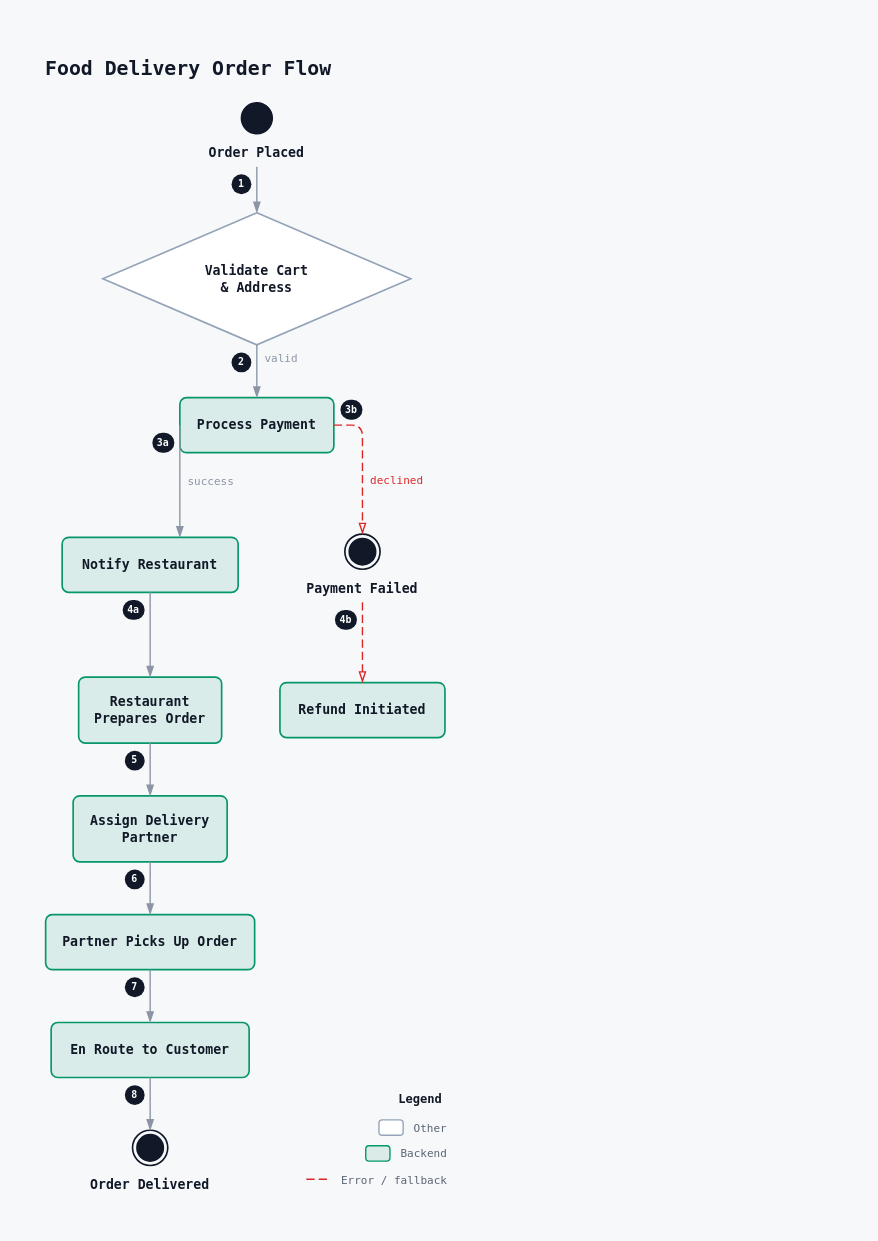
rg12301/rdg keeps this draw.io diagram as examples/swiggy_order_flow/swiggy_order_flow.drawio. Above is the earlier version. Source tidied: cells renumbered, new cells numbered last; positions are measured from the earlier drawing's top-left corner, leaving out a move shared by most shapes. Both pictures are drawn from the tidied source at 110%, with x=0, y=0 at pixel (19, 19).
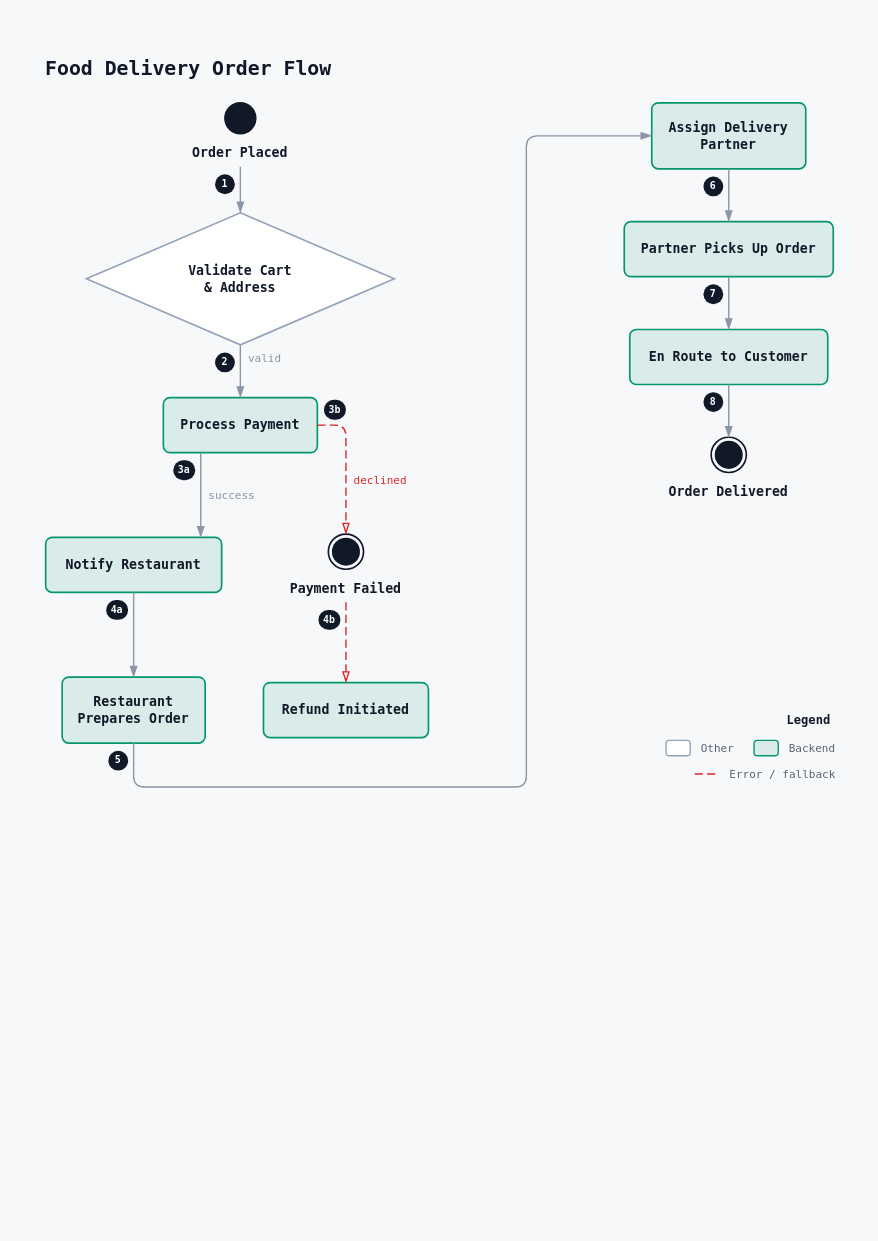
Above is the later version.

Diff of the diagram source:
```diff
@@
     <mxCell id="2" style="rounded=0;fillColor=none;strokeColor=none;selectable=0;" parent="1" vertex="1">
-      <mxGeometry width="411" height="1094" as="geometry" />
+      <mxGeometry width="764" height="726" as="geometry" />
     </mxCell>
@@
     <mxCell id="4" value="&lt;b&gt;Order Placed&lt;/b&gt;" style="rounded=0;html=1;whiteSpace=wrap;fillColor=none;fillOpacity=100;strokeColor=none;strokeWidth=1.5;shadow=0;fontFamily=JetBrains Mono, ui-monospace, SFMono-Regular, Menlo, Consolas, monospace;fontSize=12;fontColor=#111827;fontStyle=0;align=center;verticalAlign=top;spacingTop=32;spacingBottom=0;spacingLeft=0;spacingRight=0;" parent="1" vertex="1">
-      <mxGeometry x="164" y="76" width="104" height="52" as="geometry" />
+      <mxGeometry x="149" y="76" width="104" height="52" as="geometry" />
     </mxCell>
@@
     <mxCell id="6" value="&lt;b&gt;Validate Cart&lt;/b&gt;&lt;br/&gt;&lt;b&gt;&amp; Address&lt;/b&gt;" style="rhombus;html=1;whiteSpace=wrap;fillColor=#ffffff;fillOpacity=100;strokeColor=#94a3b8;strokeWidth=1.5;shadow=0;fontFamily=JetBrains Mono, ui-monospace, SFMono-Regular, Menlo, Consolas, monospace;fontSize=12;fontColor=#111827;fontStyle=0;align=center;verticalAlign=middle;spacingLeft=12;spacingRight=12;" parent="1" vertex="1">
-      <mxGeometry x="76" y="176" width="280" height="120" as="geometry" />
+      <mxGeometry x="61" y="176" width="280" height="120" as="geometry" />
     </mxCell>
     <mxCell id="7" value="&lt;b&gt;Process Payment&lt;/b&gt;" style="rounded=1;absoluteArcSize=1;arcSize=12;html=1;whiteSpace=wrap;fillColor=#059669;fillOpacity=12;strokeColor=#059669;strokeWidth=1.5;shadow=0;fontFamily=JetBrains Mono, ui-monospace, SFMono-Regular, Menlo, Consolas, monospace;fontSize=12;fontColor=#111827;fontStyle=0;align=center;verticalAlign=middle;spacingTop=4;spacingBottom=4;spacingLeft=8;spacingRight=8;" parent="1" vertex="1">
-      <mxGeometry x="146" y="344" width="140" height="50" as="geometry" />
+      <mxGeometry x="131" y="344" width="140" height="50" as="geometry" />
     </mxCell>
     <mxCell id="8" value="&lt;b&gt;Notify Restaurant&lt;/b&gt;" style="rounded=1;absoluteArcSize=1;arcSize=12;html=1;whiteSpace=wrap;fillColor=#059669;fillOpacity=12;strokeColor=#059669;strokeWidth=1.5;shadow=0;fontFamily=JetBrains Mono, ui-monospace, SFMono-Regular, Menlo, Consolas, monospace;fontSize=12;fontColor=#111827;fontStyle=0;align=center;verticalAlign=middle;spacingTop=4;spacingBottom=4;spacingLeft=8;spacingRight=8;" parent="1" vertex="1">
-      <mxGeometry x="39" y="471" width="160" height="50" as="geometry" />
+      <mxGeometry x="24" y="471" width="160" height="50" as="geometry" />
     </mxCell>
     <mxCell id="9" value="&lt;b&gt;Restaurant&lt;/b&gt;&lt;br/&gt;&lt;b&gt;Prepares Order&lt;/b&gt;" style="rounded=1;absoluteArcSize=1;arcSize=12;html=1;whiteSpace=wrap;fillColor=#059669;fillOpacity=12;strokeColor=#059669;strokeWidth=1.5;shadow=0;fontFamily=JetBrains Mono, ui-monospace, SFMono-Regular, Menlo, Consolas, monospace;fontSize=12;fontColor=#111827;fontStyle=0;align=center;verticalAlign=middle;spacingTop=4;spacingBottom=4;spacingLeft=8;spacingRight=8;" parent="1" vertex="1">
-      <mxGeometry x="54" y="598" width="130" height="60" as="geometry" />
+      <mxGeometry x="39" y="598" width="130" height="60" as="geometry" />
     </mxCell>
     <mxCell id="10" value="&lt;b&gt;Assign Delivery&lt;/b&gt;&lt;br/&gt;&lt;b&gt;Partner&lt;/b&gt;" style="rounded=1;absoluteArcSize=1;arcSize=12;html=1;whiteSpace=wrap;fillColor=#059669;fillOpacity=12;strokeColor=#059669;strokeWidth=1.5;shadow=0;fontFamily=JetBrains Mono, ui-monospace, SFMono-Regular, Menlo, Consolas, monospace;fontSize=12;fontColor=#111827;fontStyle=0;align=center;verticalAlign=middle;spacingTop=4;spacingBottom=4;spacingLeft=8;spacingRight=8;" parent="1" vertex="1">
-      <mxGeometry x="49" y="706" width="140" height="60" as="geometry" />
+      <mxGeometry x="575" y="76" width="140" height="60" as="geometry" />
     </mxCell>
     <mxCell id="11" value="&lt;b&gt;Partner Picks Up Order&lt;/b&gt;" style="rounded=1;absoluteArcSize=1;arcSize=12;html=1;whiteSpace=wrap;fillColor=#059669;fillOpacity=12;strokeColor=#059669;strokeWidth=1.5;shadow=0;fontFamily=JetBrains Mono, ui-monospace, SFMono-Regular, Menlo, Consolas, monospace;fontSize=12;fontColor=#111827;fontStyle=0;align=center;verticalAlign=middle;spacingTop=4;spacingBottom=4;spacingLeft=8;spacingRight=8;" parent="1" vertex="1">
-      <mxGeometry x="24" y="814" width="190" height="50" as="geometry" />
+      <mxGeometry x="550" y="184" width="190" height="50" as="geometry" />
     </mxCell>
     <mxCell id="12" value="&lt;b&gt;En Route to Customer&lt;/b&gt;" style="rounded=1;absoluteArcSize=1;arcSize=12;html=1;whiteSpace=wrap;fillColor=#059669;fillOpacity=12;strokeColor=#059669;strokeWidth=1.5;shadow=0;fontFamily=JetBrains Mono, ui-monospace, SFMono-Regular, Menlo, Consolas, monospace;fontSize=12;fontColor=#111827;fontStyle=0;align=center;verticalAlign=middle;spacingTop=4;spacingBottom=4;spacingLeft=8;spacingRight=8;" parent="1" vertex="1">
-      <mxGeometry x="29" y="912" width="180" height="50" as="geometry" />
+      <mxGeometry x="555" y="282" width="180" height="50" as="geometry" />
     </mxCell>
     <mxCell id="13" value="&lt;b&gt;Order Delivered&lt;/b&gt;" style="rounded=0;html=1;whiteSpace=wrap;fillColor=none;fillOpacity=100;strokeColor=none;strokeWidth=1.5;shadow=0;fontFamily=JetBrains Mono, ui-monospace, SFMono-Regular, Menlo, Consolas, monospace;fontSize=12;fontColor=#111827;fontStyle=0;align=center;verticalAlign=top;spacingTop=36;spacingBottom=0;spacingLeft=0;spacingRight=0;" parent="1" vertex="1">
-      <mxGeometry x="57" y="1010" width="124" height="56" as="geometry" />
+      <mxGeometry x="583" y="380" width="124" height="56" as="geometry" />
     </mxCell>
@@
     <mxCell id="15" value="&lt;b&gt;Payment Failed&lt;/b&gt;" style="rounded=0;html=1;whiteSpace=wrap;fillColor=none;fillOpacity=100;strokeColor=none;strokeWidth=1.5;shadow=0;fontFamily=JetBrains Mono, ui-monospace, SFMono-Regular, Menlo, Consolas, monospace;fontSize=12;fontColor=#111827;fontStyle=0;align=center;verticalAlign=top;spacingTop=36;spacingBottom=0;spacingLeft=0;spacingRight=0;" parent="1" vertex="1">
-      <mxGeometry x="252" y="468" width="120" height="56" as="geometry" />
+      <mxGeometry x="237" y="468" width="120" height="56" as="geometry" />
     </mxCell>
@@
     <mxCell id="17" value="&lt;b&gt;Refund Initiated&lt;/b&gt;" style="rounded=1;absoluteArcSize=1;arcSize=12;html=1;whiteSpace=wrap;fillColor=#059669;fillOpacity=12;strokeColor=#059669;strokeWidth=1.5;shadow=0;fontFamily=JetBrains Mono, ui-monospace, SFMono-Regular, Menlo, Consolas, monospace;fontSize=12;fontColor=#111827;fontStyle=0;align=center;verticalAlign=middle;spacingTop=4;spacingBottom=4;spacingLeft=8;spacingRight=8;" parent="1" vertex="1">
-      <mxGeometry x="237" y="603" width="150" height="50" as="geometry" />
+      <mxGeometry x="222" y="603" width="150" height="50" as="geometry" />
     </mxCell>
     <mxCell id="18" value="1" style="rounded=1;arcSize=50;whiteSpace=wrap;html=1;fillColor=#111827;strokeColor=none;fontColor=#ffffff;fontSize=9;fontStyle=1;fontFamily=JetBrains Mono, ui-monospace, SFMono-Regular, Menlo, Consolas, monospace;spacing=0;" parent="1" vertex="1">
-      <mxGeometry x="193" y="141" width="18" height="18" as="geometry" />
+      <mxGeometry x="178" y="141" width="18" height="18" as="geometry" />
     </mxCell>
@@
     <mxCell id="20" value="2" style="rounded=1;arcSize=50;whiteSpace=wrap;html=1;fillColor=#111827;strokeColor=none;fontColor=#ffffff;fontSize=9;fontStyle=1;fontFamily=JetBrains Mono, ui-monospace, SFMono-Regular, Menlo, Consolas, monospace;spacing=0;" parent="1" vertex="1">
-      <mxGeometry x="193" y="303" width="18" height="18" as="geometry" />
+      <mxGeometry x="178" y="303" width="18" height="18" as="geometry" />
     </mxCell>
@@
     <mxCell id="22" value="3a" style="rounded=1;arcSize=50;whiteSpace=wrap;html=1;fillColor=#111827;strokeColor=none;fontColor=#ffffff;fontSize=9;fontStyle=1;fontFamily=JetBrains Mono, ui-monospace, SFMono-Regular, Menlo, Consolas, monospace;spacing=0;" parent="1" vertex="1">
-      <mxGeometry x="121" y="376" width="20" height="18" as="geometry" />
+      <mxGeometry x="140" y="401" width="20" height="18" as="geometry" />
     </mxCell>
-    <mxCell id="23" value="success" style="exitX=0.00000;exitY=0.50000;exitDx=0;exitDy=0;exitPerimeter=0;entryX=0.66875;entryY=0.00000;entryDx=0;entryDy=0;entryPerimeter=0;edgeStyle=none;html=1;rounded=1;jumpStyle=arc;jumpSize=6;strokeColor=#8b95a5;strokeWidth=1.25;dashed=0;endArrow=blockThin;endFill=1;endSize=7;startArrow=none;labelBackgroundColor=#f7f8fa;labelBorderColor=none;fontFamily=JetBrains Mono, ui-monospace, SFMono-Regular, Menlo, Consolas, monospace;fontSize=10;fontColor=#8b95a5;" parent="1" edge="1" source="7" target="8">
+    <mxCell id="23" value="success" style="exitX=0.24286;exitY=1.00000;exitDx=0;exitDy=0;exitPerimeter=0;entryX=0.88125;entryY=0.00000;entryDx=0;entryDy=0;entryPerimeter=0;edgeStyle=none;html=1;rounded=1;jumpStyle=arc;jumpSize=6;strokeColor=#8b95a5;strokeWidth=1.25;dashed=0;endArrow=blockThin;endFill=1;endSize=7;startArrow=none;labelBackgroundColor=#f7f8fa;labelBorderColor=none;fontFamily=JetBrains Mono, ui-monospace, SFMono-Regular, Menlo, Consolas, monospace;fontSize=10;fontColor=#8b95a5;" parent="1" edge="1" source="7" target="8">
       <mxGeometry y="28" relative="1" as="geometry" />
     </mxCell>
     <mxCell id="24" value="3b" style="rounded=1;arcSize=50;whiteSpace=wrap;html=1;fillColor=#111827;strokeColor=none;fontColor=#ffffff;fontSize=9;fontStyle=1;fontFamily=JetBrains Mono, ui-monospace, SFMono-Regular, Menlo, Consolas, monospace;spacing=0;" parent="1" vertex="1">
-      <mxGeometry x="292" y="346" width="20" height="18" as="geometry" />
+      <mxGeometry x="277" y="346" width="20" height="18" as="geometry" />
     </mxCell>
     <mxCell id="25" value="declined" style="exitX=1.00000;exitY=0.50000;exitDx=0;exitDy=0;exitPerimeter=0;entryX=0.50000;entryY=0.00000;entryDx=0;entryDy=0;entryPerimeter=0;edgeStyle=none;html=1;rounded=1;jumpStyle=arc;jumpSize=6;strokeColor=#dc2626;strokeWidth=1.25;dashed=1;dashPattern=6 3;endArrow=blockThin;endFill=0;endSize=7;startArrow=none;labelBackgroundColor=#f7f8fa;labelBorderColor=none;fontFamily=JetBrains Mono, ui-monospace, SFMono-Regular, Menlo, Consolas, monospace;fontSize=10;fontColor=#dc2626;" parent="1" edge="1" source="7" target="15">
       <mxGeometry x="0.21" y="31" relative="1" as="geometry">
         <Array as="points">
-          <mxPoint x="312" y="369" />
+          <mxPoint x="297" y="369" />
         </Array>
       </mxGeometry>
     </mxCell>
     <mxCell id="26" value="4b" style="rounded=1;arcSize=50;whiteSpace=wrap;html=1;fillColor=#111827;strokeColor=none;fontColor=#ffffff;fontSize=9;fontStyle=1;fontFamily=JetBrains Mono, ui-monospace, SFMono-Regular, Menlo, Consolas, monospace;spacing=0;" parent="1" vertex="1">
-      <mxGeometry x="287" y="537" width="20" height="18" as="geometry" />
+      <mxGeometry x="272" y="537" width="20" height="18" as="geometry" />
     </mxCell>
@@
     <mxCell id="28" value="4a" style="rounded=1;arcSize=50;whiteSpace=wrap;html=1;fillColor=#111827;strokeColor=none;fontColor=#ffffff;fontSize=9;fontStyle=1;fontFamily=JetBrains Mono, ui-monospace, SFMono-Regular, Menlo, Consolas, monospace;spacing=0;" parent="1" vertex="1">
-      <mxGeometry x="94" y="528" width="20" height="18" as="geometry" />
+      <mxGeometry x="79" y="528" width="20" height="18" as="geometry" />
     </mxCell>
@@
     <mxCell id="30" value="5" style="rounded=1;arcSize=50;whiteSpace=wrap;html=1;fillColor=#111827;strokeColor=none;fontColor=#ffffff;fontSize=9;fontStyle=1;fontFamily=JetBrains Mono, ui-monospace, SFMono-Regular, Menlo, Consolas, monospace;spacing=0;" parent="1" vertex="1">
-      <mxGeometry x="96" y="665" width="18" height="18" as="geometry" />
+      <mxGeometry x="81" y="665" width="18" height="18" as="geometry" />
     </mxCell>
-    <mxCell id="31" style="exitX=0.50000;exitY=1.00000;exitDx=0;exitDy=0;exitPerimeter=0;entryX=0.50000;entryY=0.00000;entryDx=0;entryDy=0;entryPerimeter=0;edgeStyle=none;html=1;rounded=1;jumpStyle=arc;jumpSize=6;strokeColor=#8b95a5;strokeWidth=1.25;dashed=0;endArrow=blockThin;endFill=1;endSize=7;startArrow=none;labelBackgroundColor=#f7f8fa;labelBorderColor=none;fontFamily=JetBrains Mono, ui-monospace, SFMono-Regular, Menlo, Consolas, monospace;fontSize=10;fontColor=#8b95a5;" parent="1" edge="1" source="9" target="10">
-      <mxGeometry relative="1" as="geometry" />
+    <mxCell id="31" style="exitX=0.50000;exitY=1.00000;exitDx=0;exitDy=0;exitPerimeter=0;entryX=0.00000;entryY=0.50000;entryDx=0;entryDy=0;entryPerimeter=0;edgeStyle=none;html=1;rounded=1;jumpStyle=arc;jumpSize=6;strokeColor=#8b95a5;strokeWidth=1.25;dashed=0;endArrow=blockThin;endFill=1;endSize=7;startArrow=none;labelBackgroundColor=#f7f8fa;labelBorderColor=none;fontFamily=JetBrains Mono, ui-monospace, SFMono-Regular, Menlo, Consolas, monospace;fontSize=10;fontColor=#8b95a5;" parent="1" edge="1" source="9" target="10">
+      <mxGeometry relative="1" as="geometry">
+        <Array as="points">
+          <mxPoint x="104" y="698" />
+          <mxPoint x="461" y="698" />
+          <mxPoint x="461" y="106" />
+        </Array>
+      </mxGeometry>
     </mxCell>
     <mxCell id="32" value="6" style="rounded=1;arcSize=50;whiteSpace=wrap;html=1;fillColor=#111827;strokeColor=none;fontColor=#ffffff;fontSize=9;fontStyle=1;fontFamily=JetBrains Mono, ui-monospace, SFMono-Regular, Menlo, Consolas, monospace;spacing=0;" parent="1" vertex="1">
-      <mxGeometry x="96" y="773" width="18" height="18" as="geometry" />
+      <mxGeometry x="622" y="143" width="18" height="18" as="geometry" />
     </mxCell>
@@
     <mxCell id="34" value="7" style="rounded=1;arcSize=50;whiteSpace=wrap;html=1;fillColor=#111827;strokeColor=none;fontColor=#ffffff;fontSize=9;fontStyle=1;fontFamily=JetBrains Mono, ui-monospace, SFMono-Regular, Menlo, Consolas, monospace;spacing=0;" parent="1" vertex="1">
-      <mxGeometry x="96" y="871" width="18" height="18" as="geometry" />
+      <mxGeometry x="622" y="241" width="18" height="18" as="geometry" />
     </mxCell>
@@
     <mxCell id="36" value="8" style="rounded=1;arcSize=50;whiteSpace=wrap;html=1;fillColor=#111827;strokeColor=none;fontColor=#ffffff;fontSize=9;fontStyle=1;fontFamily=JetBrains Mono, ui-monospace, SFMono-Regular, Menlo, Consolas, monospace;spacing=0;" parent="1" vertex="1">
-      <mxGeometry x="96" y="969" width="18" height="18" as="geometry" />
+      <mxGeometry x="622" y="339" width="18" height="18" as="geometry" />
     </mxCell>
@@
     <mxCell id="38" value="Legend" style="text;html=1;strokeColor=none;fillColor=none;align=left;verticalAlign=middle;whiteSpace=nowrap;fontFamily=JetBrains Mono, ui-monospace, SFMono-Regular, Menlo, Consolas, monospace;fontSize=11;fontColor=#111827;fontStyle=1;" parent="1" vertex="1">
-      <mxGeometry x="343.4" y="975" width="43.6" height="14.9" as="geometry" />
+      <mxGeometry x="696.4" y="630" width="43.6" height="14.9" as="geometry" />
     </mxCell>
     <mxCell id="39" style="rounded=1;absoluteArcSize=1;arcSize=6;fillColor=#ffffff;fillOpacity=100;strokeColor=#94a3b8;strokeWidth=1.25;" parent="1" vertex="1">
-      <mxGeometry x="327" y="1000.6" width="22" height="14" as="geometry" />
+      <mxGeometry x="588" y="655.6" width="22" height="14" as="geometry" />
     </mxCell>
     <mxCell id="40" value="Other" style="text;html=1;strokeColor=none;fillColor=none;align=left;verticalAlign=middle;whiteSpace=nowrap;fontFamily=JetBrains Mono, ui-monospace, SFMono-Regular, Menlo, Consolas, monospace;fontSize=10;fontColor=#5b6474;fontStyle=0;" parent="1" vertex="1">
-      <mxGeometry x="357" y="995.9" width="50" height="23.5" as="geometry" />
+      <mxGeometry x="618" y="650.9" width="50" height="23.5" as="geometry" />
     </mxCell>
-    <mxCell id="41" style="rounded=1;absoluteArcSize=1;arcSize=6;fillColor=#059669;fillOpacity=12;strokeColor=#059669;strokeWidth=1.25;" parent="1" vertex="1">
-      <mxGeometry x="315" y="1024.1" width="22" height="14" as="geometry" />
-    </mxCell>
+    <mxCell id="45" style="rounded=1;absoluteArcSize=1;arcSize=6;fillColor=#059669;fillOpacity=12;strokeColor=#059669;strokeWidth=1.25;" parent="1" vertex="1">
+      <mxGeometry x="668" y="655.6" width="22" height="14" as="geometry" />
+    </mxCell>
+    <mxCell id="46" value="Backend" style="text;html=1;strokeColor=none;fillColor=none;align=left;verticalAlign=middle;whiteSpace=nowrap;fontFamily=JetBrains Mono, ui-monospace, SFMono-Regular, Menlo, Consolas, monospace;fontSize=10;fontColor=#5b6474;fontStyle=0;" parent="1" vertex="1">
+      <mxGeometry x="698" y="650.9" width="62" height="23.5" as="geometry" />
+    </mxCell>
+    <mxCell id="47" style="endArrow=none;html=1;strokeColor=#dc2626;strokeWidth=1.25;dashed=1;dashPattern=6 3;" parent="1" edge="1">
+      <mxGeometry relative="1" as="geometry">
+        <mxPoint x="614" y="686.1" as="sourcePoint" />
+        <mxPoint x="636" y="686.1" as="targetPoint" />
+      </mxGeometry>
+    </mxCell>
-    <mxCell id="42" value="Backend" style="text;html=1;strokeColor=none;fillColor=none;align=left;verticalAlign=middle;whiteSpace=nowrap;fontFamily=JetBrains Mono, ui-monospace, SFMono-Regular, Menlo, Consolas, monospace;fontSize=10;fontColor=#5b6474;fontStyle=0;" parent="1" vertex="1">
-      <mxGeometry x="345" y="1019.3" width="62" height="23.5" as="geometry" />
+    <mxCell id="42" value="Error / fallback" style="text;html=1;strokeColor=none;fillColor=none;align=left;verticalAlign=middle;whiteSpace=nowrap;fontFamily=JetBrains Mono, ui-monospace, SFMono-Regular, Menlo, Consolas, monospace;fontSize=10;fontColor=#5b6474;fontStyle=0;" parent="1" vertex="1">
+      <mxGeometry x="644" y="674.4" width="116" height="23.5" as="geometry" />
     </mxCell>
-    <mxCell id="43" style="endArrow=none;html=1;strokeColor=#dc2626;strokeWidth=1.25;dashed=1;dashPattern=6 3;" parent="1" edge="1">
-      <mxGeometry relative="1" as="geometry">
-        <mxPoint x="261" y="1054.6" as="sourcePoint" />
-        <mxPoint x="283" y="1054.6" as="targetPoint" />
-      </mxGeometry>
-    </mxCell>
-    <mxCell id="44" value="Error / fallback" style="text;html=1;strokeColor=none;fillColor=none;align=left;verticalAlign=middle;whiteSpace=nowrap;fontFamily=JetBrains Mono, ui-monospace, SFMono-Regular, Menlo, Consolas, monospace;fontSize=10;fontColor=#5b6474;fontStyle=0;" parent="1" vertex="1">
-      <mxGeometry x="291" y="1042.8" width="116" height="23.5" as="geometry" />
-    </mxCell>
```
